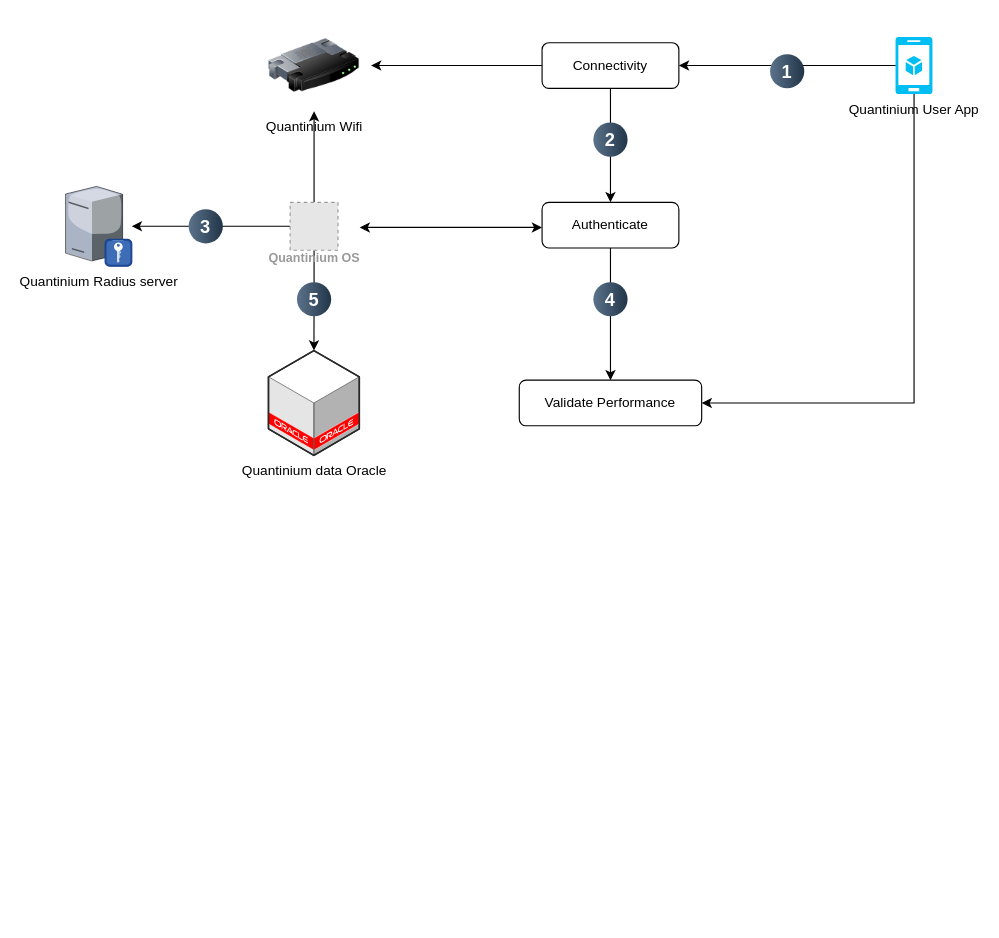
Earlier version of the draw.io diagram QuantiniumOs.drawio (ali-05-ahmed/Concept-Diagrams). Source tidied: cells renumbered, new cells numbered last; positions are measured from the earlier drawing's top-left corner, leaving out a move shared by most shapes. Both pictures are drawn from the tidied source at 114%, with x=0, y=0 at pixel (65, 19). Pictures stored in the file or linked from it are replaced by grey dashed boxes.
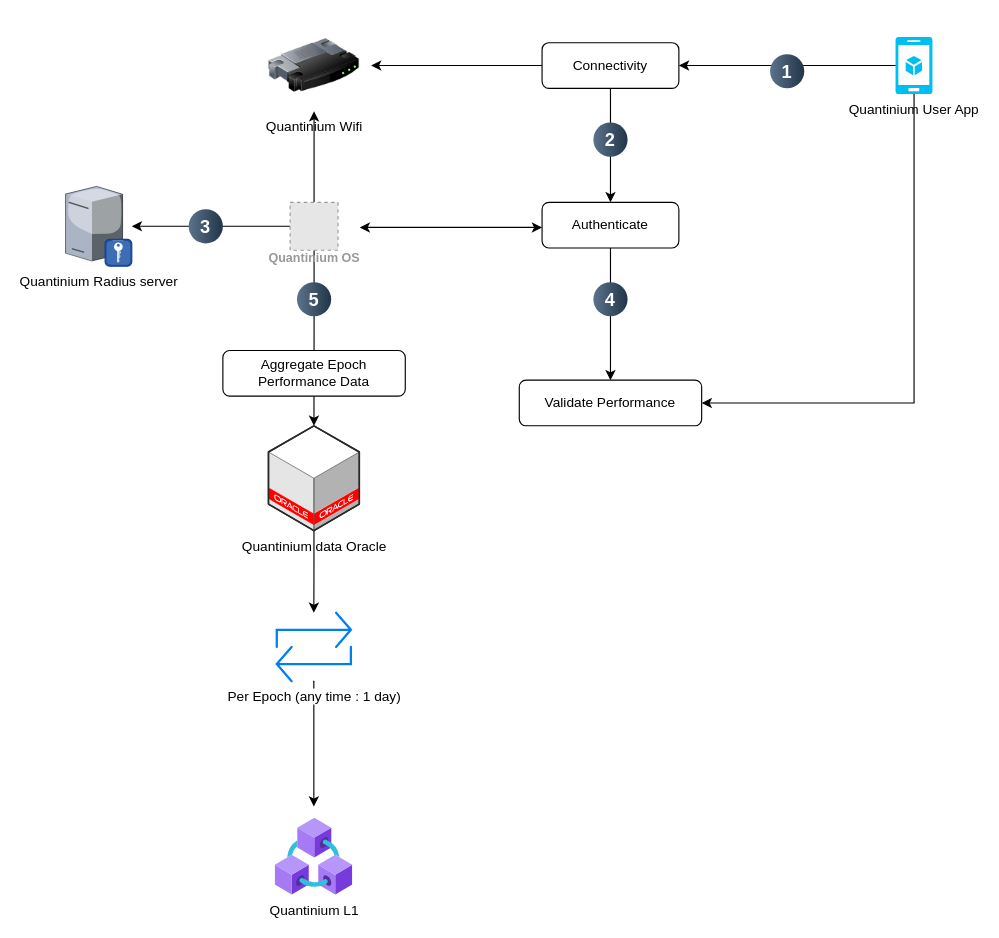
Above is the later version.

Diff of the diagram source:
```diff
@@
+    <mxCell id="24" style="edgeStyle=orthogonalEdgeStyle;rounded=0;jettySize=auto;html=1;" parent="1" edge="1" source="7" target="26">
+      <mxGeometry relative="1" as="geometry" />
+    </mxCell>
     <mxCell id="7" value="Quantinium data Oracle" style="verticalLabelPosition=bottom;html=1;verticalAlign=top;strokeWidth=1;align=center;outlineConnect=0;dashed=0;outlineConnect=0;shape=mxgraph.aws3d.oracleDataCenter;fillColor=#ffffff;strokeColor=#5E5E5E;" parent="1" vertex="1">
-      <mxGeometry x="178" y="290" width="79.7" height="92" as="geometry" />
+      <mxGeometry x="178" y="356" width="79.7" height="92" as="geometry" />
     </mxCell>
@@
+    <mxCell id="25" style="edgeStyle=orthogonalEdgeStyle;rounded=0;jettySize=auto;html=1;" parent="1" edge="1" source="26">
+      <mxGeometry relative="1" as="geometry">
+        <mxPoint x="217.8" y="690" as="targetPoint" />
+      </mxGeometry>
+    </mxCell>
+    <mxCell id="26" value="Per Epoch (any time : 1 day)" style="html=1;verticalLabelPosition=bottom;align=center;labelBackgroundColor=#ffffff;verticalAlign=top;strokeWidth=2;strokeColor=#0080F0;shadow=0;dashed=0;shape=mxgraph.ios7.icons.repeat;" parent="1" vertex="1">
+      <mxGeometry x="185.3" y="520" width="65" height="60" as="geometry" />
+    </mxCell>
+    <mxCell id="27" value="Aggregate Epoch Performance Data" style="rounded=1;whiteSpace=wrap;html=1;" parent="1" vertex="1">
+      <mxGeometry x="138" y="290" width="160" height="40" as="geometry" />
+    </mxCell>
+    <mxCell id="28" value="Quantinium L1" style="image;html=1;align=center;fontSize=12;image=img/lib/azure2/blockchain/Azure_Blockchain_Service.svg;" parent="1" vertex="1">
+      <mxGeometry x="184" y="700" width="68" height="68" as="geometry" />
+    </mxCell>
```
